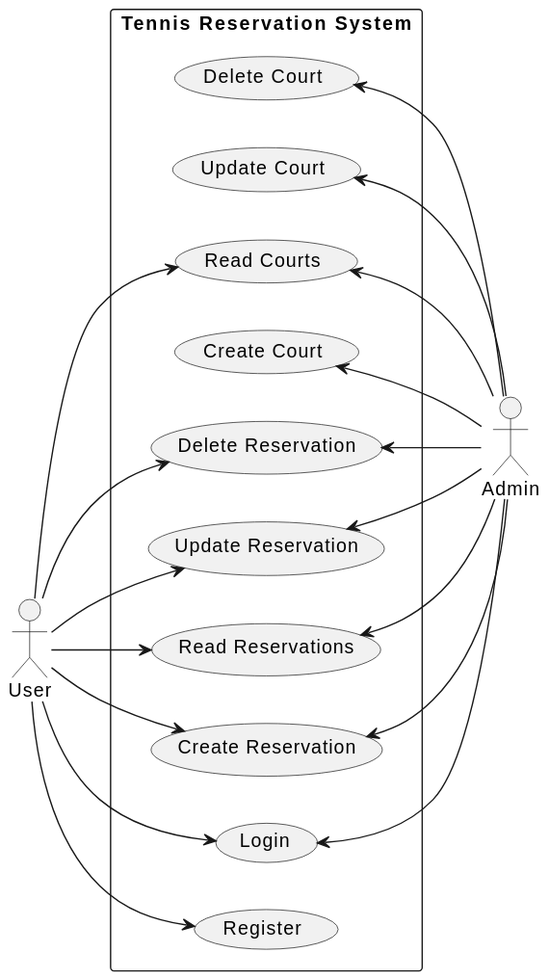
Earlier version of the PlantUML export docs/diagram-img/usecase.svg (tondracek/inqool-tennis). Its diagram source:
```plantuml
@startuml
!define RECTANGLE class
left to right direction

actor User
actor Admin

rectangle "Tennis Reservation System" {
    usecase "Login" as UC_Login
    usecase "Register" as UC_Register

    usecase "Create Court" as UC_CreateCourt
    usecase "Read Courts" as UC_ListCourts
    usecase "Update Court" as UC_UpdateCourt
    usecase "Delete Court" as UC_DeleteCourt

    usecase "Create Reservation" as UC_CreateReservation
    usecase "Read Reservations" as UC_ListReservations
    usecase "Update Reservation" as UC_UpdateReservation
    usecase "Delete Reservation" as UC_DeleteReservation
}

User --> UC_Login
User --> UC_Register

User --> UC_CreateReservation
User --> UC_ListReservations
User --> UC_UpdateReservation
User --> UC_DeleteReservation

User --> UC_ListCourts

Admin -U-> UC_Login

Admin -U-> UC_CreateReservation
Admin -U-> UC_ListReservations
Admin -U-> UC_UpdateReservation
Admin -U-> UC_DeleteReservation

Admin -U-> UC_CreateCourt
Admin -U-> UC_ListCourts
Admin -U-> UC_UpdateCourt
Admin -U-> UC_DeleteCourt
@enduml
```
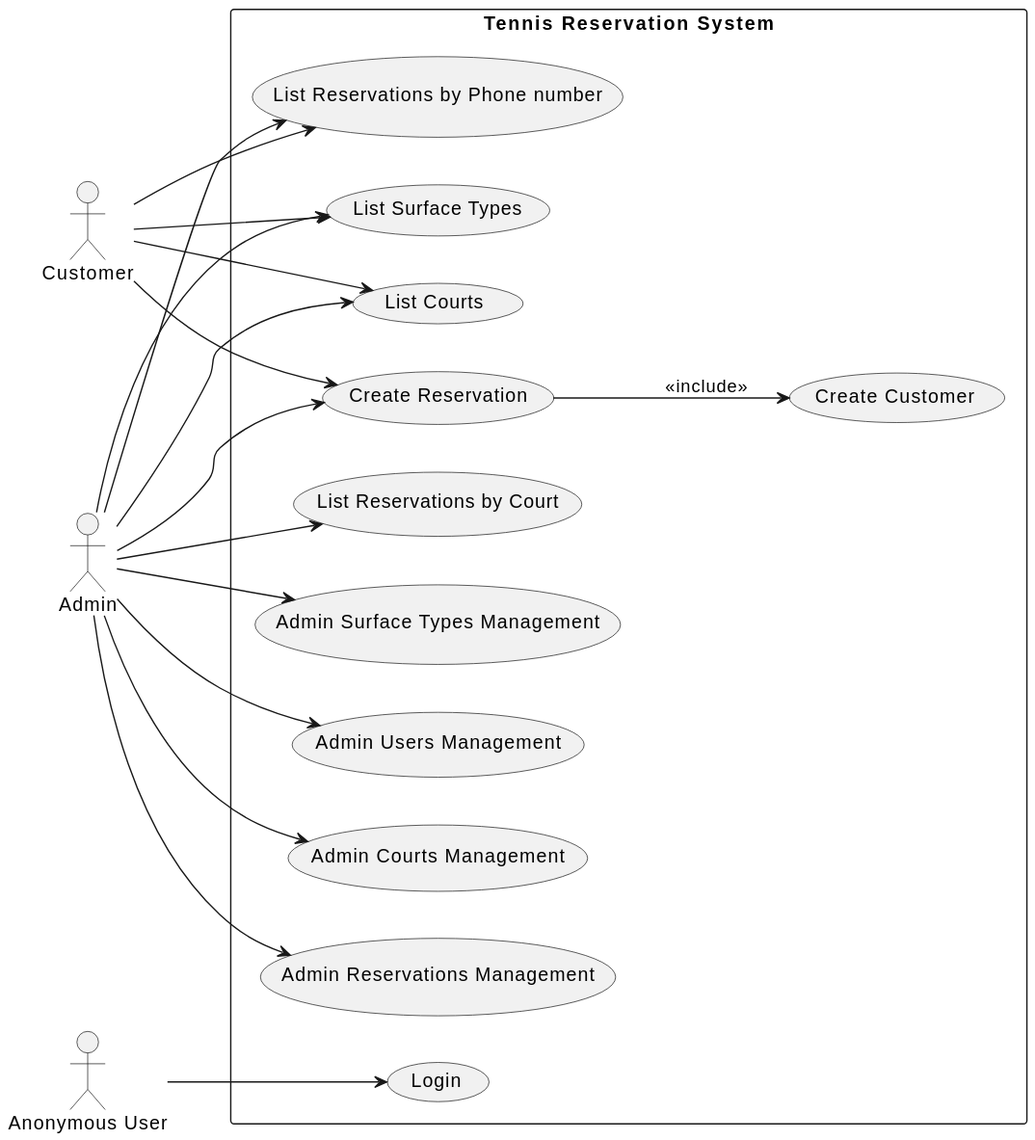
After the change.

Diff of the diagram source:
```diff
@@ -1,44 +1,52 @@
 @startuml
-!define RECTANGLE class
 left to right direction
+skinparam packageStyle rectangle
 
-actor User
-actor Admin
+actor "Customer" as Customer
+actor "Admin" as Admin
+actor "Anonymous User" as Anonymous
 
 rectangle "Tennis Reservation System" {
-    usecase "Login" as UC_Login
-    usecase "Register" as UC_Register
 
-    usecase "Create Court" as UC_CreateCourt
-    usecase "Read Courts" as UC_ListCourts
-    usecase "Update Court" as UC_UpdateCourt
-    usecase "Delete Court" as UC_DeleteCourt
+  usecase "Login" as UC_Login
 
-    usecase "Create Reservation" as UC_CreateReservation
-    usecase "Read Reservations" as UC_ListReservations
-    usecase "Update Reservation" as UC_UpdateReservation
-    usecase "Delete Reservation" as UC_DeleteReservation
+  usecase "Admin Courts Management" as UC_ManageCourts
+  usecase "List Courts" as UC_ListCourts
+
+  usecase "Admin Reservations Management" as UC_ManageReservations
+  usecase "Create Reservation" as UC_CreateReservation
+  usecase "List Reservations by Court" as UC_ListReservationsByCourt
+  usecase "List Reservations by Phone number" as UC_ListReservationsByPhone
+
+  usecase "Admin Surface Types Management" as UC_ManageSurfaceTypes
+  usecase "List Surface Types" as UC_ListSurfaceTypes
+
+  usecase "Create Customer" as UC_CreateCustomer
+
+  usecase "Admin Users Management" as UC_ManageUsers
+
+	UC_CreateReservation --> UC_CreateCustomer : <<include>>
 }
 
-User --> UC_Login
-User --> UC_Register
+Anonymous --> UC_Login
 
-User --> UC_CreateReservation
-User --> UC_ListReservations
-User --> UC_UpdateReservation
-User --> UC_DeleteReservation
+Admin --> UC_ManageCourts
+Admin --> UC_ListCourts
 
-User --> UC_ListCourts
+Customer --> UC_ListCourts
 
-Admin -U-> UC_Login
+Admin --> UC_ManageReservations
+Admin --> UC_CreateReservation
+Admin --> UC_ListReservationsByCourt
+Admin --> UC_ListReservationsByPhone
 
-Admin -U-> UC_CreateReservation
-Admin -U-> UC_ListReservations
-Admin -U-> UC_UpdateReservation
-Admin -U-> UC_DeleteReservation
+Customer --> UC_CreateReservation
+Customer --> UC_ListReservationsByPhone
 
-Admin -U-> UC_CreateCourt
-Admin -U-> UC_ListCourts
-Admin -U-> UC_UpdateCourt
-Admin -U-> UC_DeleteCourt
+Admin --> UC_ManageSurfaceTypes
+Admin --> UC_ListSurfaceTypes
+
+Customer --> UC_ListSurfaceTypes
+
+Admin --> UC_ManageUsers
 @enduml
```
